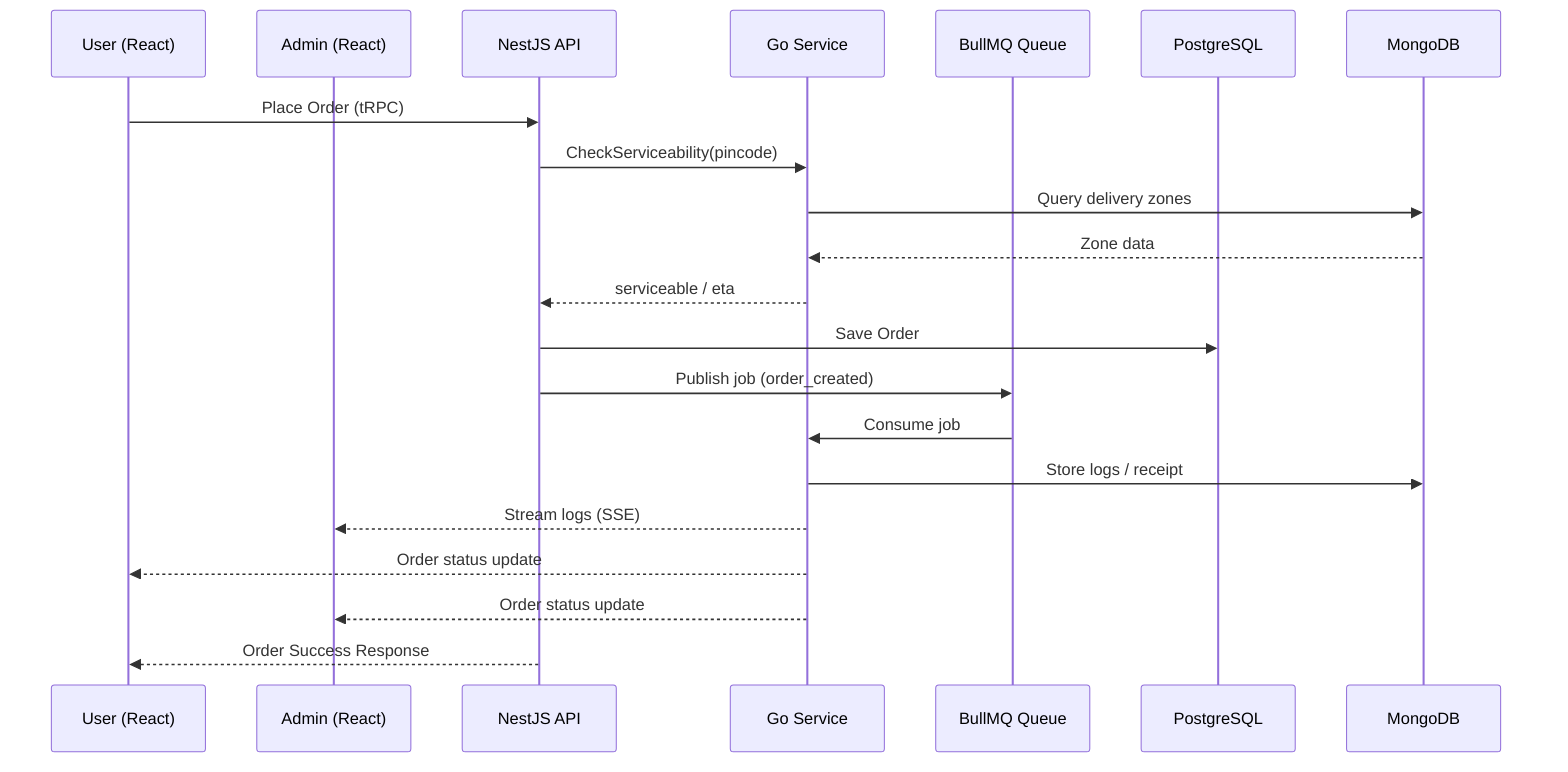
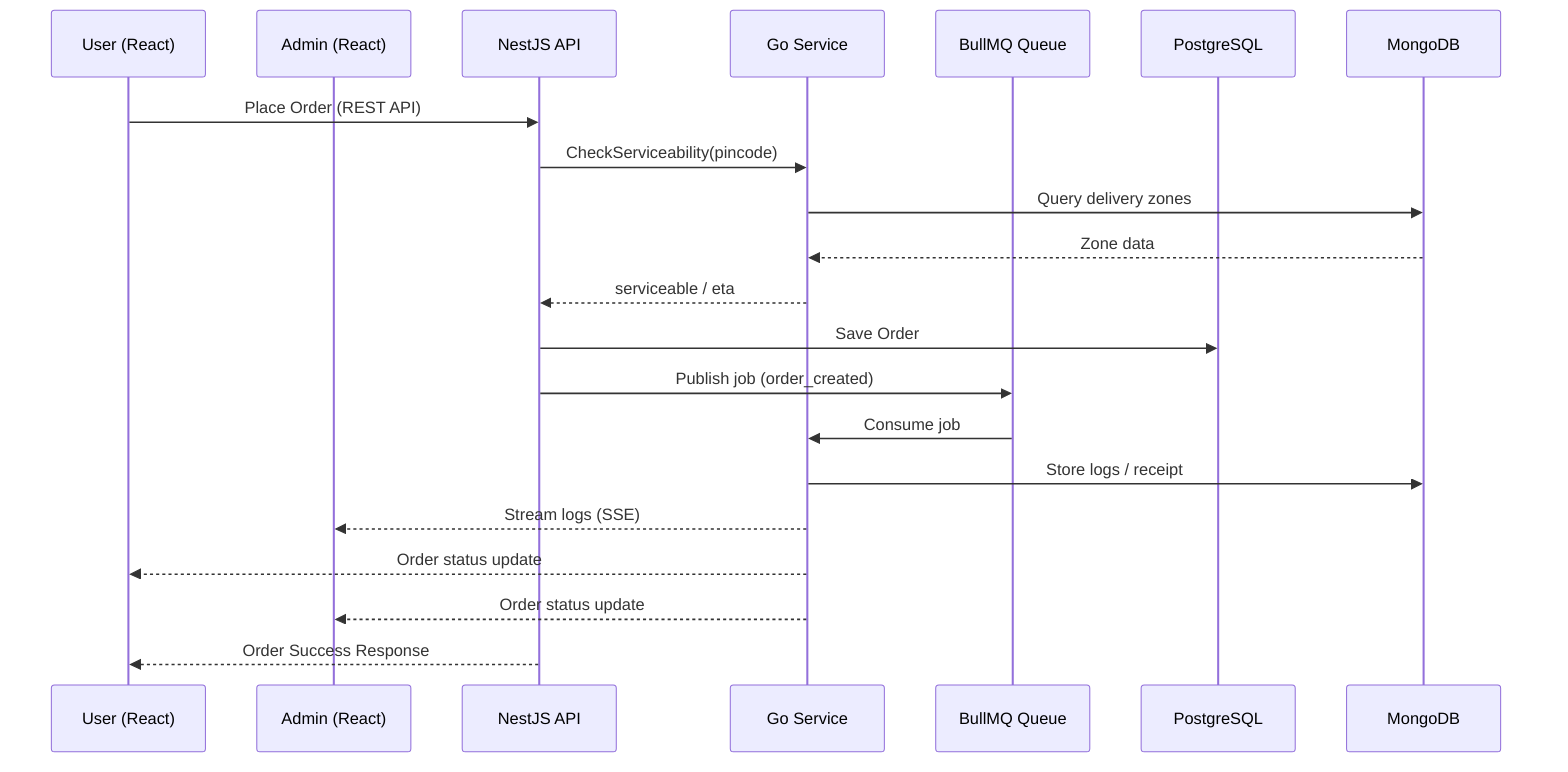
sequenceDiagram

participant U as User (React)
participant A as Admin (React)
participant N as NestJS API
participant G as Go Service
participant Q as BullMQ Queue
participant P as PostgreSQL
participant M as MongoDB

%% --- User places order ---
- U->>N: Place Order (tRPC)
+ U->>N: Place Order (REST API)

%% --- Address validation (gRPC) ---
N->>G: CheckServiceability(pincode)
G->>M: Query delivery zones
M-->>G: Zone data
G-->>N: serviceable / eta

%% --- Save order ---
N->>P: Save Order

%% --- Async job ---
N->>Q: Publish job (order_created)
Q->>G: Consume job

%% --- Background processing ---
G->>M: Store logs / receipt

%% --- Real-time logs (SSE) ---
G-->>A: Stream logs (SSE)

%% --- Real-time notifications (WebSocket) ---
G-->>U: Order status update
G-->>A: Order status update

%% --- Final response ---
N-->>U: Order Success Response